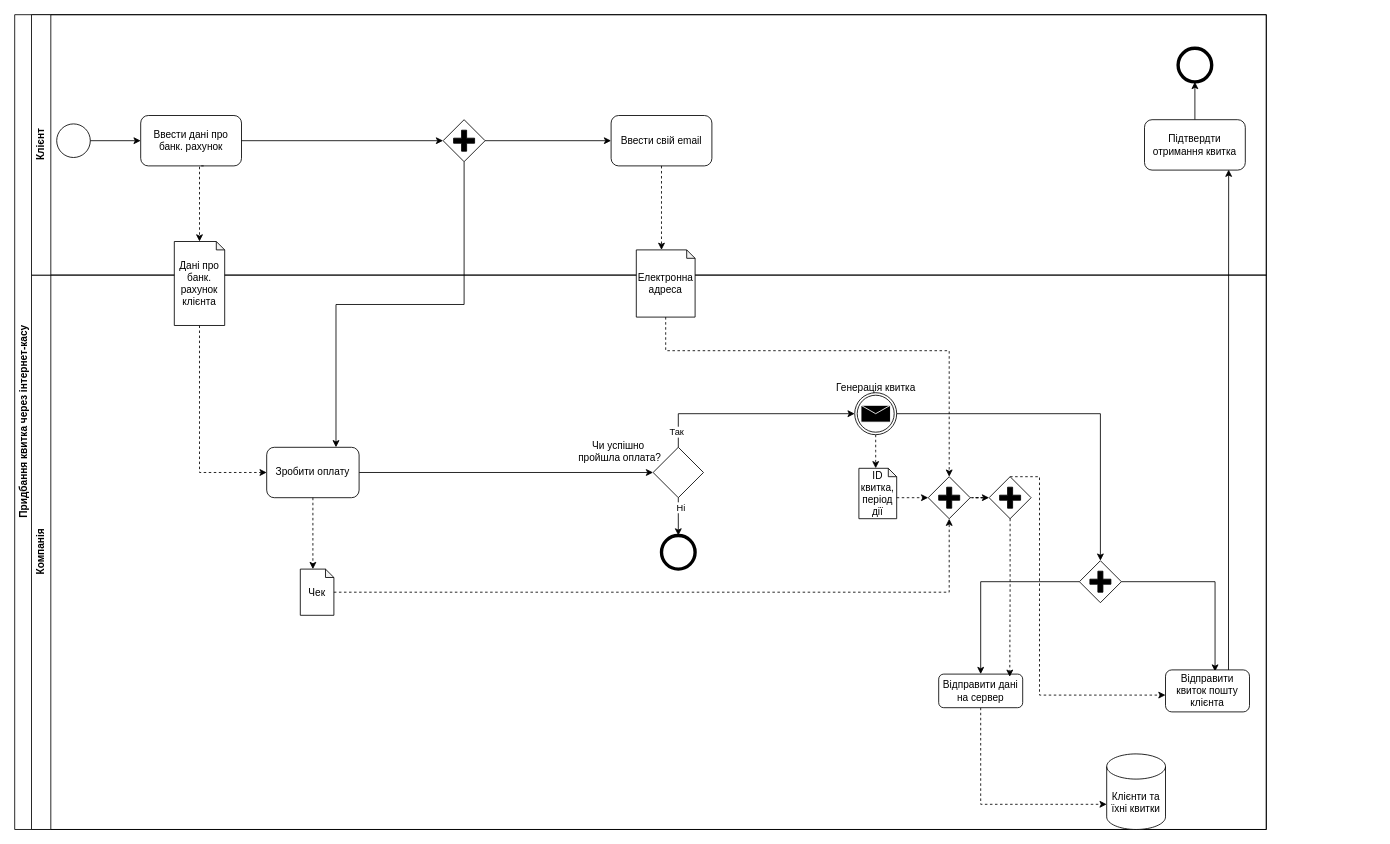
The draw.io diagram bnpm.drawio in n3wb1e05/qa-qc-labs, before the edit. Source tidied: cells renumbered, new cells numbered last; positions are measured from the earlier drawing's top-left corner, leaving out a move shared by most shapes. Both pictures are drawn from the tidied source at 84%, with x=0, y=0 at pixel (14, 14).
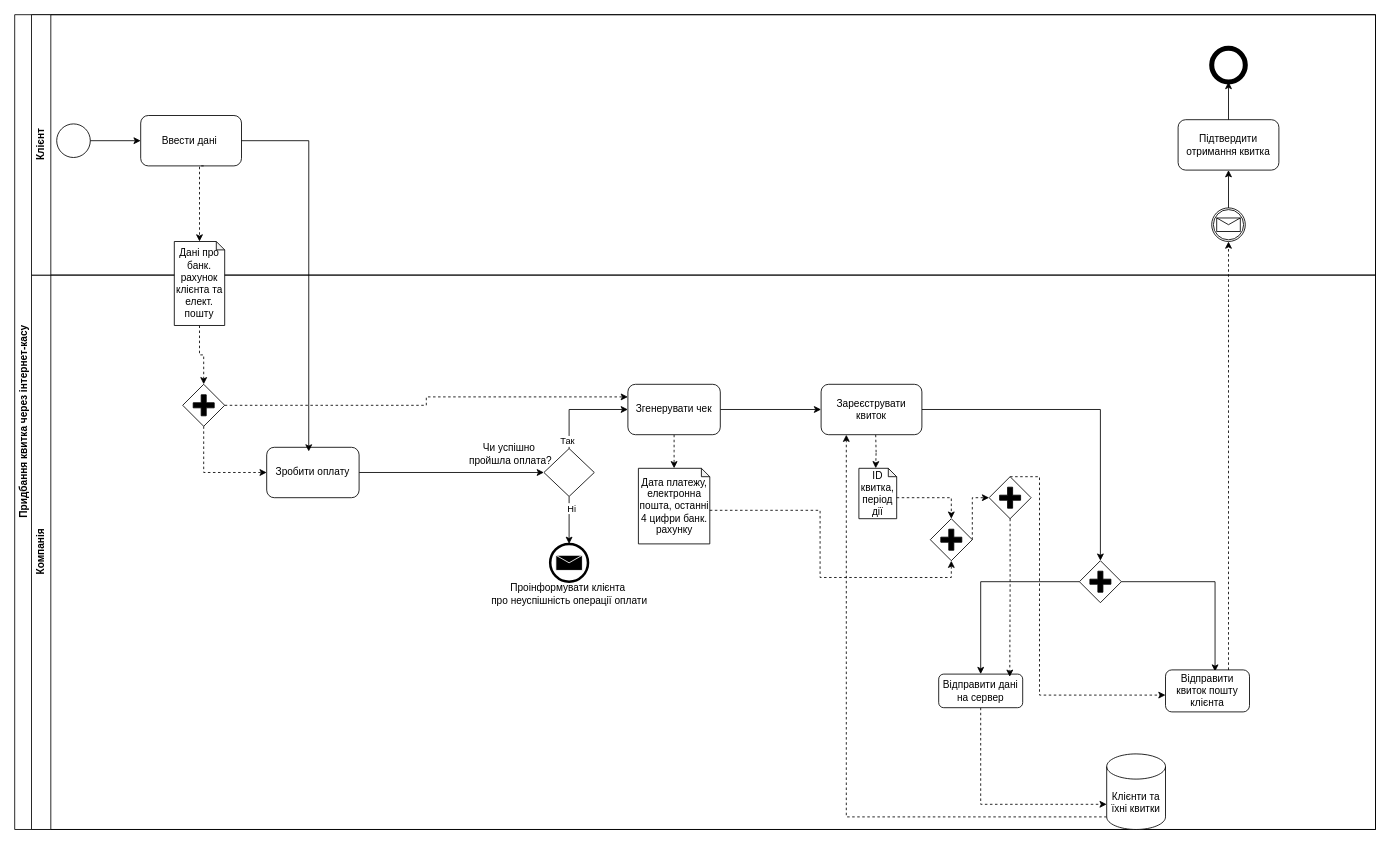
After the change.

Unchanged cells that the change refers to:
```xml
<mxCell id="6" value="Зробити оплату" style="rounded=1;whiteSpace=wrap;html=1;" parent="3" vertex="1">
  <mxGeometry x="280" y="205" width="110" height="60" as="geometry" />
</mxCell>
<mxCell id="18" value="&lt;span style=&quot;background-color: initial;&quot;&gt;Клієнти та їхні квитки&lt;/span&gt;" style="shape=cylinder3;whiteSpace=wrap;html=1;boundedLbl=1;backgroundOutline=1;size=15;" parent="3" vertex="1">
  <mxGeometry x="1280" y="570" width="70" height="90" as="geometry" />
</mxCell>
<mxCell id="21" value="ID квитка, період дії" style="shape=note;whiteSpace=wrap;html=1;backgroundOutline=1;darkOpacity=0.05;size=10;" parent="3" vertex="1">
  <mxGeometry x="985" y="230" width="45" height="60" as="geometry" />
</mxCell>
<mxCell id="24" style="points=[[0.25,0.25,0],[0.5,0,0],[0.75,0.25,0],[1,0.5,0],[0.75,0.75,0],[0.5,1,0],[0.25,0.75,0],[0,0.5,0]];shape=mxgraph.bpmn.gateway2;html=1;verticalLabelPosition=bottom;labelBackgroundColor=#ffffff;verticalAlign=top;align=center;perimeter=rhombusPerimeter;outlineConnect=0;outline=none;symbol=none;gwType=parallel;" parent="3" vertex="1">
  <mxGeometry x="1247.5" y="340" width="50" height="50" as="geometry" />
</mxCell>
<mxCell id="26" value="Відправити квиток пошту клієнта" style="rounded=1;whiteSpace=wrap;html=1;" parent="3" vertex="1">
  <mxGeometry x="1350" y="470" width="100" height="50" as="geometry" />
</mxCell>
<mxCell id="35" style="points=[[0.25,0.25,0],[0.5,0,0],[0.75,0.25,0],[1,0.5,0],[0.75,0.75,0],[0.5,1,0],[0.25,0.75,0],[0,0.5,0]];shape=mxgraph.bpmn.gateway2;html=1;verticalLabelPosition=bottom;labelBackgroundColor=#ffffff;verticalAlign=top;align=center;perimeter=rhombusPerimeter;outlineConnect=0;outline=none;symbol=none;gwType=parallel;" parent="3" vertex="1">
  <mxGeometry x="1140" y="240" width="50" height="50" as="geometry" />
</mxCell>
```

Diff of the diagram source:
```diff
@@
     <mxCell id="2" value="Придбання квитка через інтернет-касу" style="swimlane;horizontal=0;whiteSpace=wrap;html=1;" parent="1" vertex="1">
-      <mxGeometry width="1490" height="970" as="geometry" />
+      <mxGeometry width="1620" height="970" as="geometry" />
     </mxCell>
     <mxCell id="3" value="Компанія" style="swimlane;horizontal=0;whiteSpace=wrap;html=1;" parent="2" vertex="1">
-      <mxGeometry x="20" y="310" width="1470" height="660" as="geometry" />
+      <mxGeometry x="20" y="310" width="1600" height="660" as="geometry" />
     </mxCell>
-    <mxCell id="4" style="ellipse;whiteSpace=wrap;html=1;strokeWidth=4;" parent="3" vertex="1">
-      <mxGeometry x="750" y="310" width="40" height="40" as="geometry" />
-    </mxCell>
@@
-    <mxCell id="7" style="edgeStyle=orthogonalEdgeStyle;rounded=0;jettySize=auto;html=1;exitX=0.5;exitY=1;exitDx=0;exitDy=0;entryX=0.5;entryY=0;entryDx=0;entryDy=0;" parent="3" edge="1" source="9" target="4">
+    <mxCell id="7" style="edgeStyle=orthogonalEdgeStyle;rounded=0;jettySize=auto;html=1;exitX=0.5;exitY=1;exitDx=0;exitDy=0;entryX=0.5;entryY=0;entryDx=0;entryDy=0;entryPerimeter=0;" parent="3" edge="1" source="9" target="57">
       <mxGeometry relative="1" as="geometry" />
     </mxCell>
@@
     <mxCell id="9" style="rhombus;whiteSpace=wrap;html=1;" parent="3" vertex="1">
-      <mxGeometry x="740" y="205" width="60" height="60" as="geometry" />
+      <mxGeometry x="610" y="206.5" width="60" height="57" as="geometry" />
     </mxCell>
     <mxCell id="10" value="Чи успішно&amp;nbsp;&lt;div&gt;пройшла оплата?&lt;/div&gt;" style="text;html=1;align=center;verticalAlign=middle;strokeColor=none;fillColor=none;" parent="3" vertex="1">
-      <mxGeometry x="640" y="190" width="120" height="40" as="geometry" />
+      <mxGeometry x="510" y="192.5" width="120" height="40" as="geometry" />
     </mxCell>
-    <mxCell id="11" style="endArrow=classic;html=1;rounded=0;exitX=0.5;exitY=0;exitDx=0;exitDy=0;entryX=0;entryY=0.5;entryDx=0;entryDy=0;entryPerimeter=0;" parent="3" edge="1" source="9" target="15">
+    <mxCell id="11" style="endArrow=classic;html=1;rounded=0;exitX=0.5;exitY=0;exitDx=0;exitDy=0;entryX=0;entryY=0.5;entryDx=0;entryDy=0;" parent="3" edge="1" source="9" target="61">
       <mxGeometry relative="1" as="geometry">
         <Array as="points">
-          <mxPoint x="770" y="165" />
+          <mxPoint x="640" y="160" />
         </Array>
       </mxGeometry>
     </mxCell>
@@
-    <mxCell id="14" style="edgeStyle=orthogonalEdgeStyle;rounded=0;jettySize=auto;html=1;exitX=0.5;exitY=1;exitDx=0;exitDy=0;exitPerimeter=0;dashed=1;" parent="3" edge="1" source="15">
+    <mxCell id="14" style="edgeStyle=orthogonalEdgeStyle;rounded=0;orthogonalLoop=1;jettySize=auto;html=1;exitX=0.5;exitY=1;exitDx=0;exitDy=0;exitPerimeter=0;dashed=1;" parent="3" edge="1">
       <mxGeometry relative="1" as="geometry">
+        <mxPoint x="1005" y="190" as="sourcePoint" />
         <mxPoint x="1005" y="230" as="targetPoint" />
       </mxGeometry>
     </mxCell>
-    <mxCell id="15" style="points=[[0.145,0.145,0],[0.5,0,0],[0.855,0.145,0],[1,0.5,0],[0.855,0.855,0],[0.5,1,0],[0.145,0.855,0],[0,0.5,0]];shape=mxgraph.bpmn.event;html=1;verticalLabelPosition=bottom;labelBackgroundColor=#ffffff;verticalAlign=top;align=center;perimeter=ellipsePerimeter;outlineConnect=0;outline=throwing;symbol=message;" parent="3" vertex="1">
-      <mxGeometry x="980" y="140" width="50" height="50" as="geometry" />
-    </mxCell>
-    <mxCell id="16" value="Генерація квитка" style="text;html=1;align=center;verticalAlign=middle;strokeColor=none;fillColor=none;" parent="3" vertex="1">
-      <mxGeometry x="945" y="120" width="120" height="30" as="geometry" />
-    </mxCell>
-    <mxCell id="17" style="edgeStyle=orthogonalEdgeStyle;rounded=0;jettySize=auto;html=1;exitX=1;exitY=0.5;exitDx=0;exitDy=0;exitPerimeter=0;entryX=0.5;entryY=0;entryDx=0;entryDy=0;entryPerimeter=0;" parent="3" edge="1" source="15" target="24">
+    <mxCell id="17" style="edgeStyle=orthogonalEdgeStyle;rounded=0;jettySize=auto;html=1;entryX=0.5;entryY=0;entryDx=0;entryDy=0;entryPerimeter=0;exitX=1;exitY=0.5;exitDx=0;exitDy=0;" parent="3" edge="1" source="56" target="24">
       <mxGeometry relative="1" as="geometry" />
     </mxCell>
+    <mxCell id="55" style="edgeStyle=orthogonalEdgeStyle;rounded=0;jettySize=auto;html=1;exitX=0;exitY=1;exitDx=0;exitDy=-15;exitPerimeter=0;dashed=1;entryX=0.25;entryY=1;entryDx=0;entryDy=0;" parent="3" edge="1" source="18" target="56">
+      <mxGeometry relative="1" as="geometry" />
+    </mxCell>
@@
-    <mxCell id="28" style="edgeStyle=orthogonalEdgeStyle;rounded=0;jettySize=auto;html=1;entryX=0;entryY=0.5;entryDx=0;entryDy=0;dashed=1;exitX=0.5;exitY=1;exitDx=0;exitDy=0;exitPerimeter=0;" parent="3" edge="1" target="6">
-      <mxGeometry relative="1" as="geometry">
-        <mxPoint x="200" y="60" as="sourcePoint" />
-        <Array as="points">
-          <mxPoint x="200" y="235" />
-        </Array>
-      </mxGeometry>
-    </mxCell>
-    <mxCell id="29" style="edgeStyle=orthogonalEdgeStyle;rounded=0;jettySize=auto;html=1;exitX=1;exitY=0.5;exitDx=0;exitDy=0;exitPerimeter=0;dashed=1;" parent="3" edge="1" source="30" target="35">
-      <mxGeometry relative="1" as="geometry" />
-    </mxCell>
-    <mxCell id="30" style="points=[[0.25,0.25,0],[0.5,0,0],[0.75,0.25,0],[1,0.5,0],[0.75,0.75,0],[0.5,1,0],[0.25,0.75,0],[0,0.5,0]];shape=mxgraph.bpmn.gateway2;html=1;verticalLabelPosition=bottom;labelBackgroundColor=#ffffff;verticalAlign=top;align=center;perimeter=rhombusPerimeter;outlineConnect=0;outline=none;symbol=none;gwType=parallel;" parent="3" vertex="1">
-      <mxGeometry x="1067.5" y="240" width="50" height="50" as="geometry" />
-    </mxCell>
-    <mxCell id="31" style="edgeStyle=orthogonalEdgeStyle;rounded=0;jettySize=auto;html=1;exitX=0;exitY=0;exitDx=45;exitDy=35;exitPerimeter=0;entryX=0;entryY=0.5;entryDx=0;entryDy=0;entryPerimeter=0;dashed=1;" parent="3" edge="1" source="21" target="30">
+    <mxCell id="31" style="edgeStyle=orthogonalEdgeStyle;rounded=0;jettySize=auto;html=1;exitX=0;exitY=0;exitDx=45;exitDy=35;exitPerimeter=0;entryX=0.5;entryY=0;entryDx=0;entryDy=0;entryPerimeter=0;dashed=1;" parent="3" edge="1" source="21" target="66">
       <mxGeometry relative="1" as="geometry" />
     </mxCell>
-    <mxCell id="32" value="Чек" style="shape=note;whiteSpace=wrap;html=1;backgroundOutline=1;darkOpacity=0.05;size=10;" parent="3" vertex="1">
-      <mxGeometry x="320" y="350" width="40" height="55" as="geometry" />
-    </mxCell>
-    <mxCell id="33" style="endArrow=classic;html=1;rounded=0;exitX=0.5;exitY=1;exitDx=0;exitDy=0;entryX=0;entryY=0;entryDx=15;entryDy=0;entryPerimeter=0;dashed=1;" parent="3" edge="1" source="6" target="32">
-      <mxGeometry relative="1" as="geometry" />
-    </mxCell>
-    <mxCell id="34" style="edgeStyle=orthogonalEdgeStyle;rounded=0;jettySize=auto;html=1;entryX=0.5;entryY=1;entryDx=0;entryDy=0;entryPerimeter=0;dashed=1;" parent="3" edge="1" source="32" target="30">
-      <mxGeometry relative="1" as="geometry" />
-    </mxCell>
@@
+    <mxCell id="56" value="Зареєструвати квиток" style="rounded=1;whiteSpace=wrap;html=1;" parent="3" vertex="1">
+      <mxGeometry x="940" y="130" width="120" height="60" as="geometry" />
+    </mxCell>
+    <mxCell id="57" style="points=[[0.145,0.145,0],[0.5,0,0],[0.855,0.145,0],[1,0.5,0],[0.855,0.855,0],[0.5,1,0],[0.145,0.855,0],[0,0.5,0]];shape=mxgraph.bpmn.event;html=1;verticalLabelPosition=bottom;labelBackgroundColor=#ffffff;verticalAlign=top;align=center;perimeter=ellipsePerimeter;outlineConnect=0;outline=end;symbol=message;" parent="3" vertex="1">
+      <mxGeometry x="617.5" y="320" width="45" height="45" as="geometry" />
+    </mxCell>
+    <mxCell id="58" value="Проінформувати клієнта&amp;nbsp;&lt;div&gt;про неуспішність операції оплати&lt;/div&gt;" style="text;html=1;align=center;verticalAlign=middle;strokeColor=none;fillColor=none;" parent="3" vertex="1">
+      <mxGeometry x="535" y="360" width="210" height="40" as="geometry" />
+    </mxCell>
+    <mxCell id="59" style="edgeStyle=orthogonalEdgeStyle;rounded=0;jettySize=auto;html=1;exitX=1;exitY=0.5;exitDx=0;exitDy=0;entryX=0;entryY=0.5;entryDx=0;entryDy=0;" parent="3" edge="1" source="61" target="56">
+      <mxGeometry relative="1" as="geometry" />
+    </mxCell>
+    <mxCell id="60" style="edgeStyle=orthogonalEdgeStyle;rounded=0;jettySize=auto;html=1;exitX=0.5;exitY=1;exitDx=0;exitDy=0;dashed=1;" parent="3" edge="1" source="61">
+      <mxGeometry relative="1" as="geometry">
+        <mxPoint x="765" y="230" as="targetPoint" />
+      </mxGeometry>
+    </mxCell>
+    <mxCell id="61" value="Згенерувати чек" style="rounded=1;whiteSpace=wrap;html=1;" parent="3" vertex="1">
+      <mxGeometry x="710" y="130" width="110" height="60" as="geometry" />
+    </mxCell>
+    <mxCell id="62" value="Дата платежу, електронна пошта, останні 4 цифри банк. рахунку" style="shape=note;whiteSpace=wrap;html=1;backgroundOutline=1;darkOpacity=0.05;size=10;" parent="3" vertex="1">
+      <mxGeometry x="722.5" y="230" width="85" height="90" as="geometry" />
+    </mxCell>
+    <mxCell id="63" style="edgeStyle=orthogonalEdgeStyle;rounded=0;jettySize=auto;html=1;exitX=0.5;exitY=1;exitDx=0;exitDy=0;exitPerimeter=0;entryX=0;entryY=0.5;entryDx=0;entryDy=0;dashed=1;" parent="3" edge="1" source="65" target="6">
+      <mxGeometry relative="1" as="geometry" />
+    </mxCell>
+    <mxCell id="64" style="edgeStyle=orthogonalEdgeStyle;rounded=0;jettySize=auto;html=1;exitX=1;exitY=0.5;exitDx=0;exitDy=0;exitPerimeter=0;entryX=0;entryY=0.25;entryDx=0;entryDy=0;dashed=1;" parent="3" edge="1" source="65" target="61">
+      <mxGeometry relative="1" as="geometry" />
+    </mxCell>
+    <mxCell id="65" style="points=[[0.25,0.25,0],[0.5,0,0],[0.75,0.25,0],[1,0.5,0],[0.75,0.75,0],[0.5,1,0],[0.25,0.75,0],[0,0.5,0]];shape=mxgraph.bpmn.gateway2;html=1;verticalLabelPosition=bottom;labelBackgroundColor=#ffffff;verticalAlign=top;align=center;perimeter=rhombusPerimeter;outlineConnect=0;outline=none;symbol=none;gwType=parallel;" parent="3" vertex="1">
+      <mxGeometry x="180" y="130" width="50" height="50" as="geometry" />
+    </mxCell>
+    <mxCell id="66" style="points=[[0.25,0.25,0],[0.5,0,0],[0.75,0.25,0],[1,0.5,0],[0.75,0.75,0],[0.5,1,0],[0.25,0.75,0],[0,0.5,0]];shape=mxgraph.bpmn.gateway2;html=1;verticalLabelPosition=bottom;labelBackgroundColor=#ffffff;verticalAlign=top;align=center;perimeter=rhombusPerimeter;outlineConnect=0;outline=none;symbol=none;gwType=parallel;" parent="3" vertex="1">
+      <mxGeometry x="1070" y="290" width="50" height="50" as="geometry" />
+    </mxCell>
+    <mxCell id="67" style="edgeStyle=orthogonalEdgeStyle;rounded=0;jettySize=auto;html=1;exitX=0;exitY=0;exitDx=85;exitDy=50;exitPerimeter=0;entryX=0.5;entryY=1;entryDx=0;entryDy=0;entryPerimeter=0;dashed=1;" parent="3" edge="1" source="62" target="66">
+      <mxGeometry relative="1" as="geometry" />
+    </mxCell>
+    <mxCell id="68" style="edgeStyle=orthogonalEdgeStyle;rounded=0;jettySize=auto;html=1;exitX=1;exitY=0.5;exitDx=0;exitDy=0;exitPerimeter=0;entryX=0;entryY=0.5;entryDx=0;entryDy=0;entryPerimeter=0;dashed=1;" parent="3" edge="1" source="66" target="35">
+      <mxGeometry relative="1" as="geometry">
+        <Array as="points">
+          <mxPoint x="1120" y="265" />
+        </Array>
+      </mxGeometry>
+    </mxCell>
     <mxCell id="37" value="Клієнт" style="swimlane;horizontal=0;whiteSpace=wrap;html=1;startSize=23;" parent="2" vertex="1">
-      <mxGeometry x="20" width="1470" height="310" as="geometry" />
+      <mxGeometry x="20" width="1600" height="310" as="geometry" />
     </mxCell>
@@
-    <mxCell id="39" value="Ввести дані про банк. рахунок" style="rounded=1;whiteSpace=wrap;html=1;" parent="37" vertex="1">
+    <mxCell id="39" value="Ввести дані&amp;nbsp;" style="rounded=1;whiteSpace=wrap;html=1;" parent="37" vertex="1">
       <mxGeometry x="130" y="120" width="120" height="60" as="geometry" />
     </mxCell>
@@
-    <mxCell id="41" style="ellipse;whiteSpace=wrap;html=1;strokeWidth=4;" parent="37" vertex="1">
-      <mxGeometry x="1365" y="40" width="40" height="40" as="geometry" />
-    </mxCell>
-    <mxCell id="42" style="edgeStyle=orthogonalEdgeStyle;rounded=0;jettySize=auto;html=1;exitX=1;exitY=0.5;exitDx=0;exitDy=0;exitPerimeter=0;entryX=0;entryY=0.5;entryDx=0;entryDy=0;" parent="37" edge="1" source="43" target="44">
-      <mxGeometry relative="1" as="geometry" />
-    </mxCell>
-    <mxCell id="43" style="points=[[0.25,0.25,0],[0.5,0,0],[0.75,0.25,0],[1,0.5,0],[0.75,0.75,0],[0.5,1,0],[0.25,0.75,0],[0,0.5,0]];shape=mxgraph.bpmn.gateway2;html=1;verticalLabelPosition=bottom;labelBackgroundColor=#ffffff;verticalAlign=top;align=center;perimeter=rhombusPerimeter;outlineConnect=0;outline=none;symbol=none;gwType=parallel;" parent="37" vertex="1">
-      <mxGeometry x="490" y="125" width="50" height="50" as="geometry" />
-    </mxCell>
-    <mxCell id="44" value="Ввести свій email" style="rounded=1;whiteSpace=wrap;html=1;" parent="37" vertex="1">
-      <mxGeometry x="690" y="120" width="120" height="60" as="geometry" />
-    </mxCell>
-    <mxCell id="45" style="edgeStyle=orthogonalEdgeStyle;rounded=0;jettySize=auto;html=1;exitX=0.5;exitY=0;exitDx=0;exitDy=0;entryX=0.5;entryY=1;entryDx=0;entryDy=0;" parent="37" edge="1" source="46" target="41">
-      <mxGeometry relative="1" as="geometry" />
-    </mxCell>
-    <mxCell id="46" value="Підтвердти отримання квитка" style="rounded=1;whiteSpace=wrap;html=1;" parent="37" vertex="1">
-      <mxGeometry x="1325" y="125" width="120" height="60" as="geometry" />
-    </mxCell>
-    <mxCell id="47" style="edgeStyle=orthogonalEdgeStyle;rounded=0;jettySize=auto;html=1;exitX=1;exitY=0.5;exitDx=0;exitDy=0;entryX=0;entryY=0.5;entryDx=0;entryDy=0;entryPerimeter=0;" parent="37" edge="1" source="39" target="43">
-      <mxGeometry relative="1" as="geometry" />
-    </mxCell>
+    <mxCell id="69" style="edgeStyle=orthogonalEdgeStyle;rounded=0;jettySize=auto;html=1;exitX=0.5;exitY=0;exitDx=0;exitDy=0;exitPerimeter=0;entryX=0.5;entryY=1;entryDx=0;entryDy=0;" parent="37" edge="1" source="70" target="71">
+      <mxGeometry relative="1" as="geometry" />
+    </mxCell>
+    <mxCell id="70" style="points=[[0.145,0.145,0],[0.5,0,0],[0.855,0.145,0],[1,0.5,0],[0.855,0.855,0],[0.5,1,0],[0.145,0.855,0],[0,0.5,0]];shape=mxgraph.bpmn.event;html=1;verticalLabelPosition=bottom;labelBackgroundColor=#ffffff;verticalAlign=top;align=center;perimeter=ellipsePerimeter;outlineConnect=0;outline=catching;symbol=message;" parent="37" vertex="1">
+      <mxGeometry x="1405" y="230" width="40" height="40" as="geometry" />
+    </mxCell>
+    <mxCell id="71" value="Підтвердити отримання квитка" style="rounded=1;whiteSpace=wrap;html=1;" parent="37" vertex="1">
+      <mxGeometry x="1365" y="125" width="120" height="60" as="geometry" />
+    </mxCell>
+    <mxCell id="72" style="points=[[0.145,0.145,0],[0.5,0,0],[0.855,0.145,0],[1,0.5,0],[0.855,0.855,0],[0.5,1,0],[0.145,0.855,0],[0,0.5,0]];shape=mxgraph.bpmn.event;html=1;verticalLabelPosition=bottom;labelBackgroundColor=#ffffff;verticalAlign=top;align=center;perimeter=ellipsePerimeter;outlineConnect=0;outline=end;symbol=terminate2;strokeWidth=2;" parent="37" vertex="1">
+      <mxGeometry x="1405" y="40" width="40" height="40" as="geometry" />
+    </mxCell>
+    <mxCell id="73" style="edgeStyle=orthogonalEdgeStyle;rounded=0;jettySize=auto;html=1;exitX=0.5;exitY=0;exitDx=0;exitDy=0;entryX=0.5;entryY=1;entryDx=0;entryDy=0;entryPerimeter=0;" parent="37" edge="1" source="71" target="72">
+      <mxGeometry relative="1" as="geometry" />
+    </mxCell>
@@
-    <mxCell id="49" style="edgeStyle=orthogonalEdgeStyle;rounded=0;jettySize=auto;html=1;exitX=0.5;exitY=1;exitDx=0;exitDy=0;exitPerimeter=0;entryX=0.75;entryY=0;entryDx=0;entryDy=0;" parent="2" edge="1" source="43" target="6">
-      <mxGeometry relative="1" as="geometry" />
-    </mxCell>
-    <mxCell id="50" style="edgeStyle=orthogonalEdgeStyle;rounded=0;jettySize=auto;html=1;exitX=0.75;exitY=0;exitDx=0;exitDy=0;entryX=0.835;entryY=0.991;entryDx=0;entryDy=0;entryPerimeter=0;" parent="2" edge="1" source="26" target="46">
-      <mxGeometry relative="1" as="geometry" />
+    <mxCell id="50" style="edgeStyle=orthogonalEdgeStyle;rounded=0;jettySize=auto;html=1;exitX=0.75;exitY=0;exitDx=0;exitDy=0;dashed=1;" parent="2" edge="1" source="26">
+      <mxGeometry relative="1" as="geometry">
+        <mxPoint x="1445" y="270" as="targetPoint" />
+      </mxGeometry>
     </mxCell>
+    <mxCell id="74" style="edgeStyle=orthogonalEdgeStyle;rounded=0;jettySize=auto;html=1;exitX=1;exitY=0.5;exitDx=0;exitDy=0;entryX=0.455;entryY=0.083;entryDx=0;entryDy=0;entryPerimeter=0;" parent="2" edge="1" source="39" target="6">
+      <mxGeometry relative="1" as="geometry" />
+    </mxCell>
+    <mxCell id="75" style="edgeStyle=orthogonalEdgeStyle;rounded=0;jettySize=auto;html=1;exitX=0.5;exitY=1;exitDx=0;exitDy=0;exitPerimeter=0;dashed=1;" parent="1" edge="1" source="51" target="65">
+      <mxGeometry relative="1" as="geometry" />
+    </mxCell>
-    <mxCell id="51" value="Дані про банк. рахунок клієнта" style="shape=note;whiteSpace=wrap;html=1;backgroundOutline=1;darkOpacity=0.05;size=10;" parent="1" vertex="1">
+    <mxCell id="51" value="Дані про банк. рахунок клієнта та елект. пошту" style="shape=note;whiteSpace=wrap;html=1;backgroundOutline=1;darkOpacity=0.05;size=10;" parent="1" vertex="1">
       <mxGeometry x="190" y="270" width="60" height="100" as="geometry" />
     </mxCell>
-    <mxCell id="52" value="Електронна адреса" style="shape=note;whiteSpace=wrap;html=1;backgroundOutline=1;darkOpacity=0.05;size=10;" parent="1" vertex="1">
-      <mxGeometry x="740" y="280" width="70" height="80" as="geometry" />
-    </mxCell>
-    <mxCell id="53" style="edgeStyle=orthogonalEdgeStyle;rounded=0;jettySize=auto;html=1;exitX=0.5;exitY=1;exitDx=0;exitDy=0;entryX=0;entryY=0;entryDx=30;entryDy=0;entryPerimeter=0;dashed=1;" parent="1" edge="1" source="44" target="52">
-      <mxGeometry relative="1" as="geometry" />
-    </mxCell>
-    <mxCell id="54" style="edgeStyle=orthogonalEdgeStyle;rounded=0;jettySize=auto;html=1;exitX=0.5;exitY=1;exitDx=0;exitDy=0;exitPerimeter=0;entryX=0.5;entryY=0;entryDx=0;entryDy=0;entryPerimeter=0;dashed=1;" parent="1" edge="1" source="52" target="30">
-      <mxGeometry relative="1" as="geometry">
-        <Array as="points">
-          <mxPoint x="775" y="400" />
-          <mxPoint x="1112" y="400" />
-        </Array>
-      </mxGeometry>
-    </mxCell>
```
